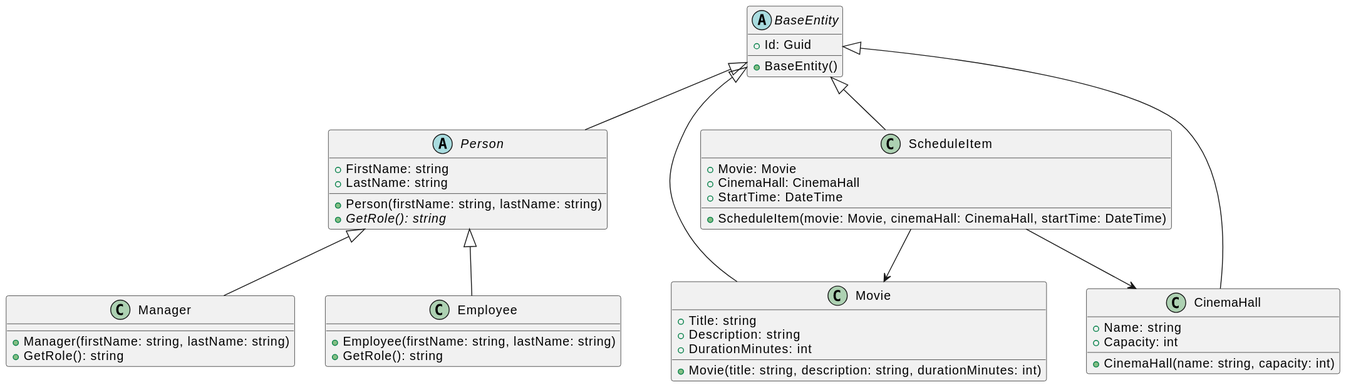
Above: diagram.svg in dddanielDev/cinema-manager (PlantUML), before the change.
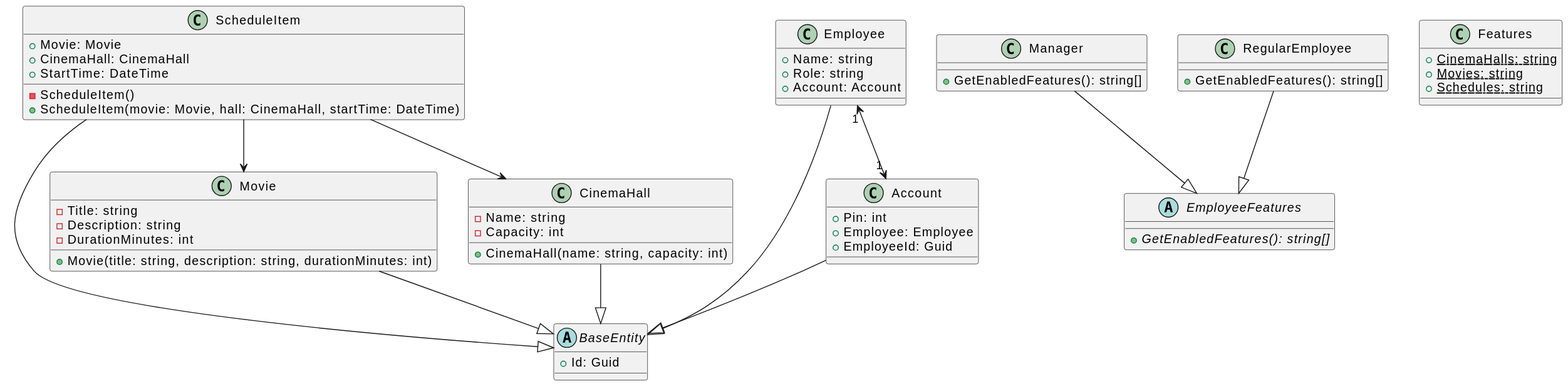
The same file after the commit.

The edit, as a diff of the source:
```diff
@@ -1,36 +1,22 @@
 @startuml
 abstract class BaseEntity {
   + Id: Guid
-  + BaseEntity()
 }
 
-abstract class Person {
-  + FirstName: string
-  + LastName: string
-  + Person(firstName: string, lastName: string)
-  + {abstract} GetRole(): string
-}
-
-class Manager {
-  + Manager(firstName: string, lastName: string)
-  + GetRole(): string
-}
-
-class Employee {
-  + Employee(firstName: string, lastName: string)
-  + GetRole(): string
+abstract class EmployeeFeatures {
+  + {abstract} GetEnabledFeatures(): string[]
 }
 
 class Movie {
-  + Title: string
-  + Description: string
-  + DurationMinutes: int
+  - Title: string
+  - Description: string
+  - DurationMinutes: int
   + Movie(title: string, description: string, durationMinutes: int)
 }
 
 class CinemaHall {
-  + Name: string
-  + Capacity: int
+  - Name: string
+  - Capacity: int
   + CinemaHall(name: string, capacity: int)
 }
 
@@ -38,17 +24,46 @@
   + Movie: Movie
   + CinemaHall: CinemaHall
   + StartTime: DateTime
-  + ScheduleItem(movie: Movie, cinemaHall: CinemaHall, startTime: DateTime)
+  - ScheduleItem()
+  + ScheduleItem(movie: Movie, hall: CinemaHall, startTime: DateTime)
 }
 
-BaseEntity <|-- Person
-BaseEntity <|-- Movie
-BaseEntity <|-- CinemaHall
-BaseEntity <|-- ScheduleItem
+class Employee {
+  + Name: string
+  + Role: string
+  + Account: Account
+}
 
-Person <|-- Manager
-Person <|-- Employee
+class Account {
+  + Pin: int
+  + Employee: Employee
+  + EmployeeId: Guid
+}
+
+class Manager {
+  + GetEnabledFeatures(): string[]
+}
+
+class RegularEmployee {
+  + GetEnabledFeatures(): string[]
+}
+
+static class Features {
+  + {static} CinemaHalls: string
+  + {static} Movies: string
+  + {static} Schedules: string
+}
+
+Movie --|> BaseEntity
+CinemaHall --|> BaseEntity
+ScheduleItem --|> BaseEntity
+Employee --|> BaseEntity
+Account --|> BaseEntity
+
+Manager --|> EmployeeFeatures
+RegularEmployee --|> EmployeeFeatures
 
 ScheduleItem --> Movie
 ScheduleItem --> CinemaHall
+Employee "1" <--> "1" Account
 @enduml
```
